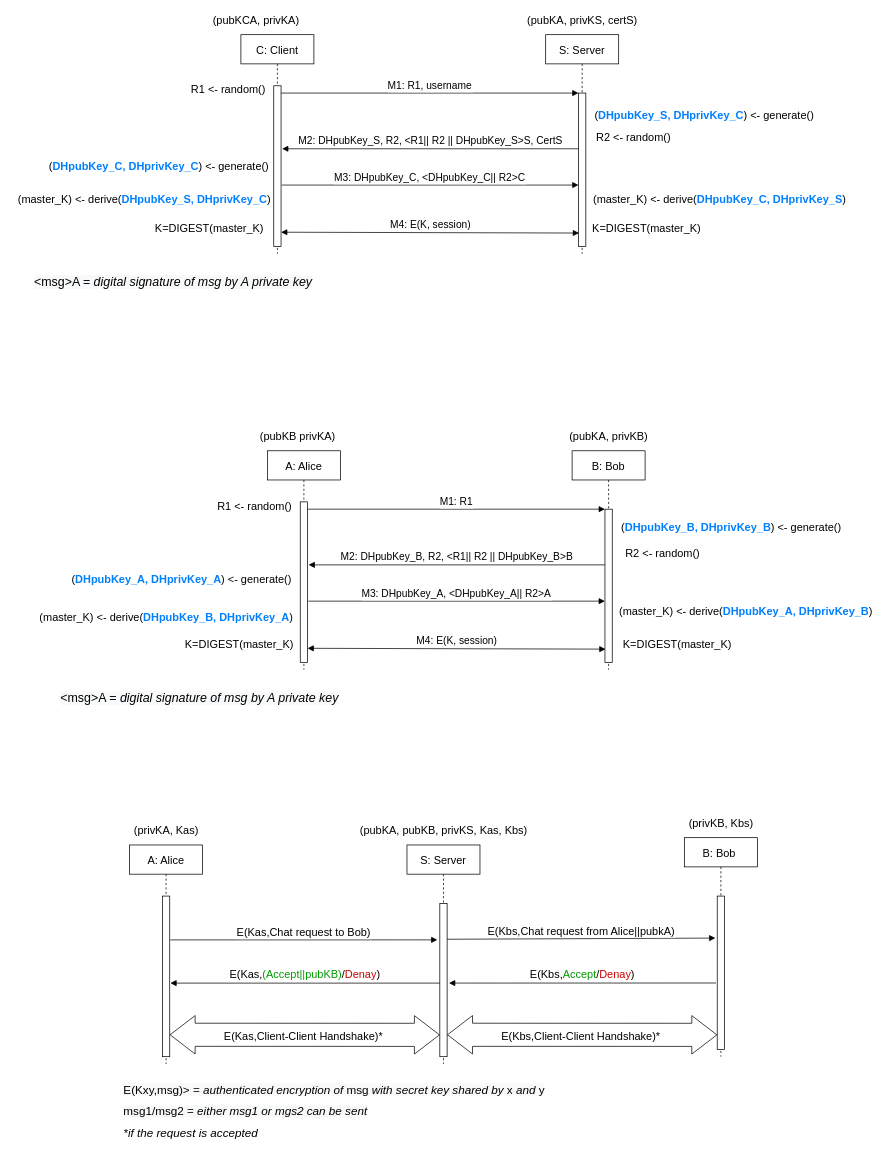
gerti98/secureCom keeps this draw.io diagram as page "Pagina-2" (2 of 2) of schema/AuthClientServer.drawio. Above is the earlier version. Source tidied: cells renumbered, new cells numbered last; positions are measured from the earlier drawing's top-left corner, leaving out a move shared by most shapes. Both pictures are drawn from the tidied source at 73%, with x=0, y=0 at pixel (12, 12).
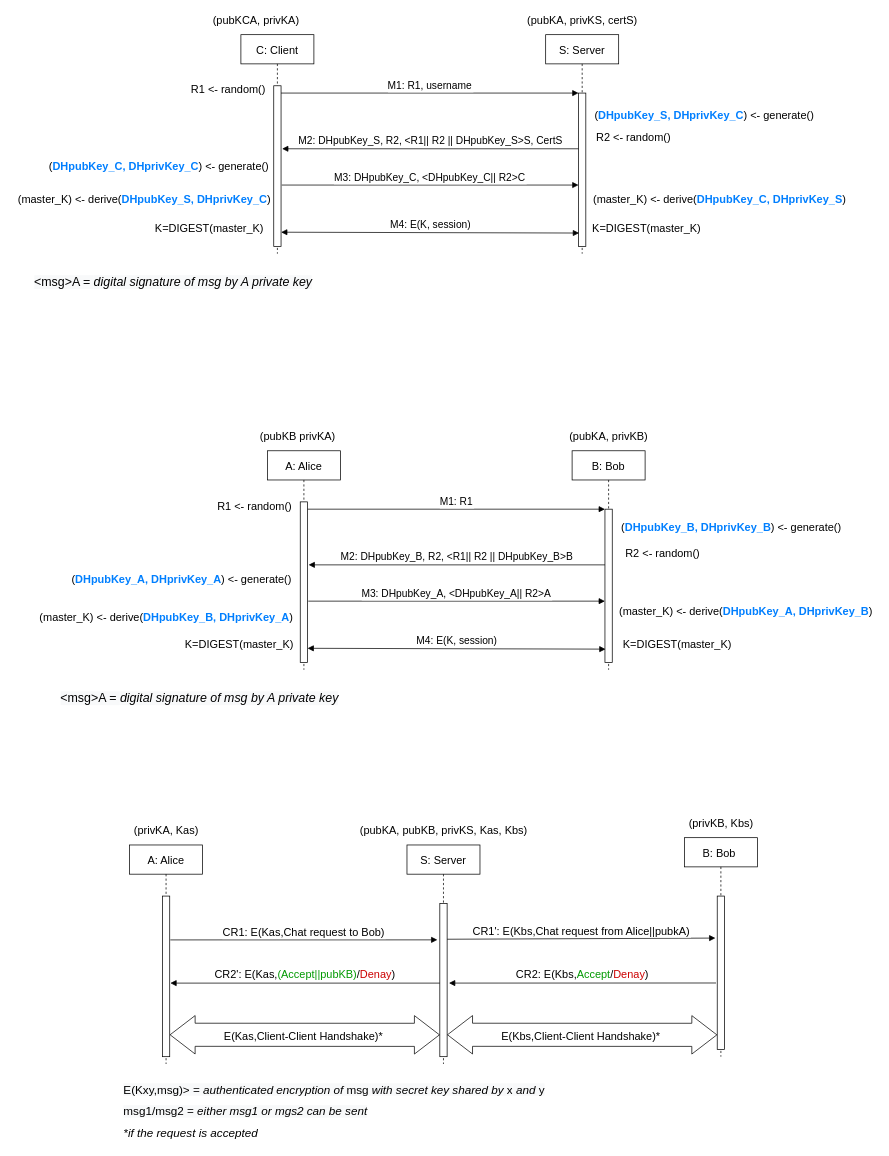
Above is the later version.

The change refers to these unchanged cells:
```xml
<mxCell id="38" style="points=[];perimeter=orthogonalPerimeter;rounded=0;shadow=0;strokeWidth=1;fontSize=15;" parent="37" vertex="1">
  <mxGeometry x="45" y="70" width="10" height="220" as="geometry" />
</mxCell>
<mxCell id="40" style="points=[];perimeter=orthogonalPerimeter;rounded=0;shadow=0;strokeWidth=1;fontSize=15;" parent="39" vertex="1">
  <mxGeometry x="45" y="80" width="10" height="210" as="geometry" />
</mxCell>
<mxCell id="45" style="points=[];perimeter=orthogonalPerimeter;rounded=0;shadow=0;strokeWidth=1;fontSize=15;" parent="44" vertex="1">
  <mxGeometry x="45" y="80" width="10" height="210" as="geometry" />
</mxCell>
```

What changed in the source:
```diff
@@
-    <mxCell id="41" value="E(Kas,Chat request to Bob)" style="verticalAlign=bottom;endArrow=block;entryX=-0.333;entryY=0.238;shadow=0;strokeWidth=1;fontSize=15;exitX=1.083;exitY=0.273;exitDx=0;exitDy=0;exitPerimeter=0;entryDx=0;entryDy=0;entryPerimeter=0;" parent="1" edge="1" source="38" target="40">
+    <mxCell id="41" value="CR1: E(Kas,Chat request to Bob)" style="verticalAlign=bottom;endArrow=block;entryX=-0.333;entryY=0.238;shadow=0;strokeWidth=1;fontSize=15;exitX=1.083;exitY=0.273;exitDx=0;exitDy=0;exitPerimeter=0;entryDx=0;entryDy=0;entryPerimeter=0;" parent="1" edge="1" source="38" target="40">
       <mxGeometry relative="1" as="geometry" />
     </mxCell>
-    <mxCell id="42" value="E(Kbs,&lt;font color=&quot;#009900&quot;&gt;Accept&lt;/font&gt;/&lt;font color=&quot;#cc0000&quot;&gt;Denay&lt;/font&gt;)" style="html=1;verticalAlign=bottom;endArrow=block;entryX=1.25;entryY=0.52;entryDx=0;entryDy=0;entryPerimeter=0;exitX=-0.167;exitY=0.567;exitDx=0;exitDy=0;exitPerimeter=0;fontSize=15;" parent="1" edge="1" source="45" target="40">
+    <mxCell id="42" value="CR2: E(Kbs,&lt;font color=&quot;#009900&quot;&gt;Accept&lt;/font&gt;/&lt;font color=&quot;#cc0000&quot;&gt;Denay&lt;/font&gt;)" style="html=1;verticalAlign=bottom;endArrow=block;entryX=1.25;entryY=0.52;entryDx=0;entryDy=0;entryPerimeter=0;exitX=-0.167;exitY=0.567;exitDx=0;exitDy=0;exitPerimeter=0;fontSize=15;" parent="1" edge="1" source="45" target="40">
       <mxGeometry relative="1" as="geometry" />
     </mxCell>
@@
-    <mxCell id="46" value="E(Kbs,Chat request from Alice||pubkA)" style="verticalAlign=bottom;endArrow=block;shadow=0;strokeWidth=1;fontSize=15;exitX=1;exitY=0.234;exitDx=0;exitDy=0;exitPerimeter=0;entryX=-0.25;entryY=0.274;entryDx=0;entryDy=0;entryPerimeter=0;" parent="1" edge="1" source="40" target="45">
+    <mxCell id="46" value="CR1': E(Kbs,Chat request from Alice||pubkA)" style="verticalAlign=bottom;endArrow=block;shadow=0;strokeWidth=1;fontSize=15;exitX=1;exitY=0.234;exitDx=0;exitDy=0;exitPerimeter=0;entryX=-0.25;entryY=0.274;entryDx=0;entryDy=0;entryPerimeter=0;" parent="1" edge="1" source="40" target="45">
       <mxGeometry relative="1" as="geometry" />
     </mxCell>
-    <mxCell id="47" value="E(Kas,&lt;font color=&quot;#009900&quot;&gt;(Accept||pubKB)&lt;/font&gt;/&lt;font color=&quot;#cc0000&quot;&gt;Denay&lt;/font&gt;)" style="html=1;verticalAlign=bottom;endArrow=block;fontSize=15;entryX=1.083;entryY=0.542;entryDx=0;entryDy=0;entryPerimeter=0;" parent="1" edge="1" source="40" target="38">
+    <mxCell id="47" value="CR2': E(Kas,&lt;font color=&quot;#009900&quot;&gt;(Accept||pubKB)&lt;/font&gt;/&lt;font color=&quot;#cc0000&quot;&gt;Denay&lt;/font&gt;)" style="html=1;verticalAlign=bottom;endArrow=block;fontSize=15;entryX=1.083;entryY=0.542;entryDx=0;entryDy=0;entryPerimeter=0;" parent="1" edge="1" source="40" target="38">
       <mxGeometry relative="1" as="geometry" />
     </mxCell>
```
